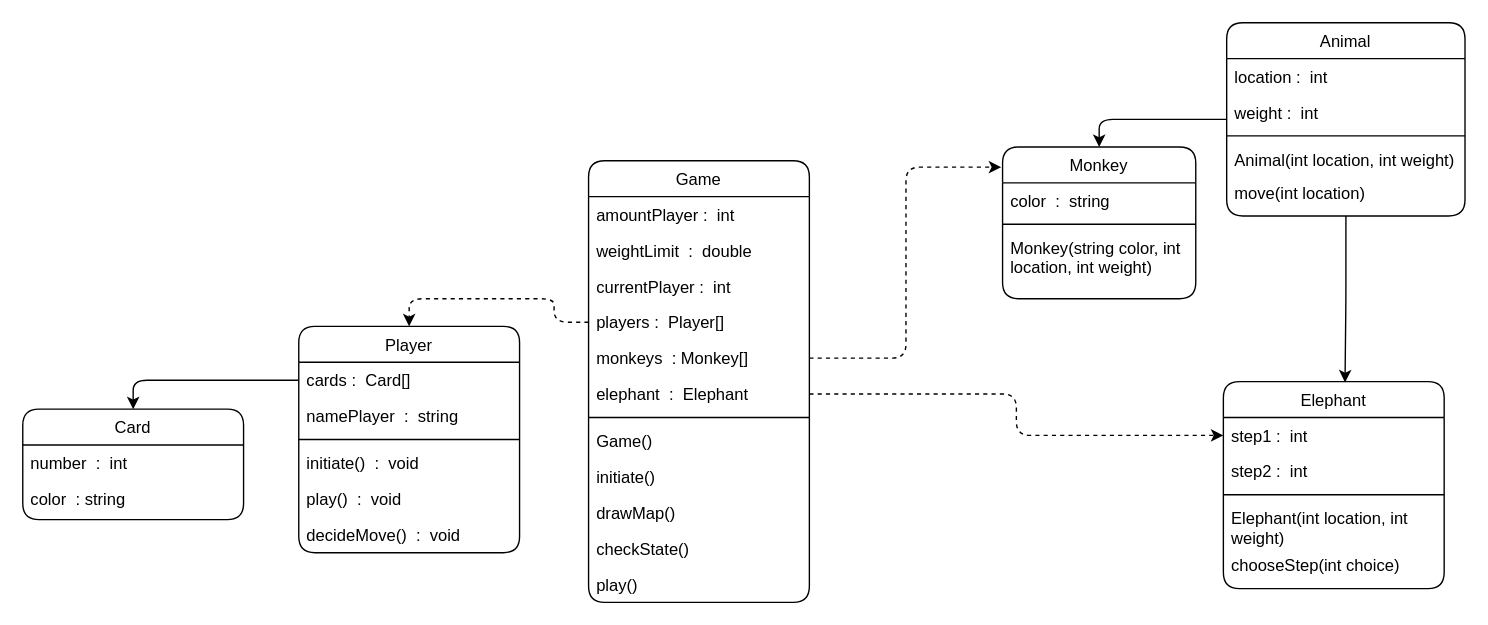
minWang916/Zahlenbande keeps this draw.io diagram as Zahlenbande Class Diagram.drawio. Above is the earlier version. Source tidied: cells renumbered, new cells numbered last; positions are measured from the earlier drawing's top-left corner, leaving out a move shared by most shapes. Both pictures are drawn from the tidied source at 138%, with x=0, y=0 at pixel (22, 22).
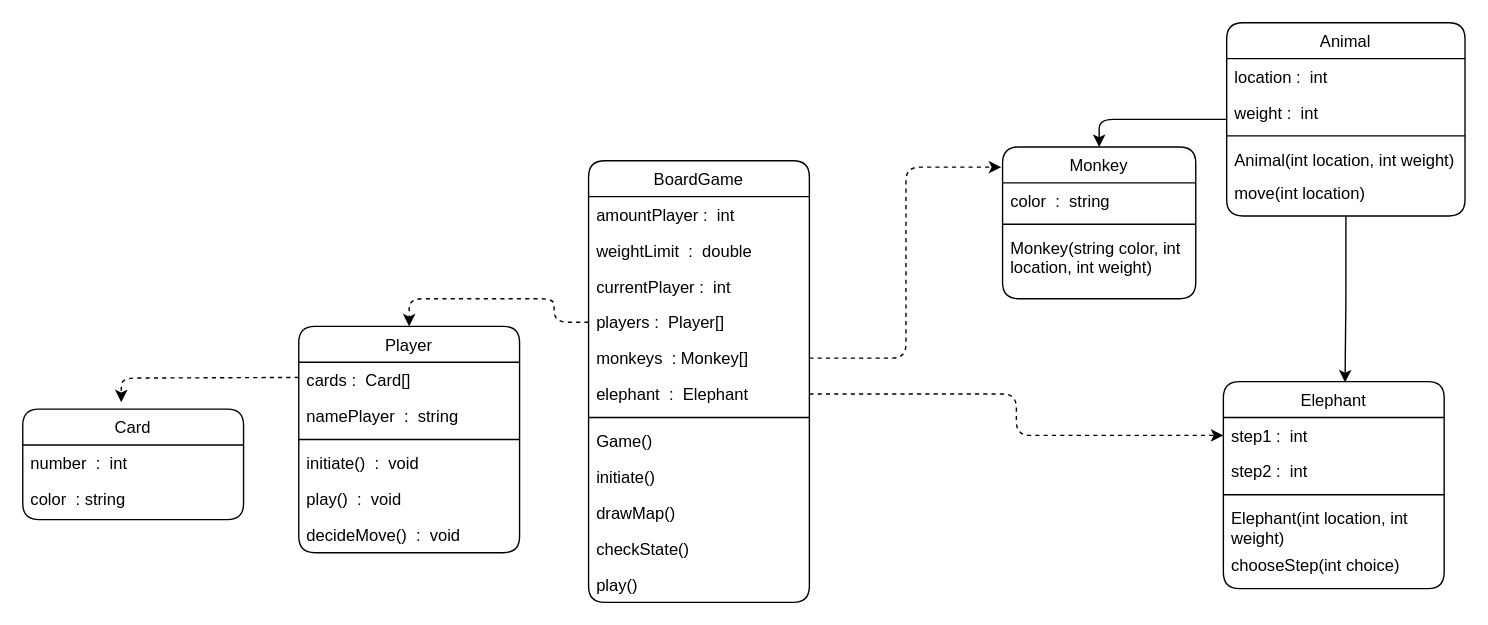
Above is the later version.

Unchanged cells that the change refers to:
```xml
<mxCell id="32" value="Card" style="swimlane;fontStyle=0;align=center;verticalAlign=top;horizontal=1;startSize=26;rounded=1;shadow=0;strokeWidth=1;labelBackgroundColor=none;" parent="1" vertex="1">
  <mxGeometry y="280" width="160" height="80" as="geometry" />
</mxCell>
<mxCell id="36" value="cards :  Card[]" style="text;align=left;verticalAlign=top;spacingLeft=4;spacingRight=4;overflow=hidden;points=[[0,0.5],[1,0.5]];portConstraint=eastwest;rounded=1;labelBackgroundColor=none;" parent="35" vertex="1">
  <mxGeometry y="26" width="160" height="26" as="geometry" />
</mxCell>
```

Diff of the diagram source:
```diff
@@
-    <mxCell id="19" value="Game" style="swimlane;fontStyle=0;align=center;verticalAlign=top;horizontal=1;startSize=26;rounded=1;shadow=0;strokeWidth=1;labelBackgroundColor=none;" parent="1" vertex="1">
+    <mxCell id="19" value="BoardGame" style="swimlane;fontStyle=0;align=center;verticalAlign=top;horizontal=1;startSize=26;rounded=1;shadow=0;strokeWidth=1;labelBackgroundColor=none;" parent="1" vertex="1">
       <mxGeometry x="410" y="100" width="160" height="320" as="geometry" />
     </mxCell>
@@
-    <mxCell id="42" style="edgeStyle=orthogonalEdgeStyle;rounded=1;jettySize=auto;html=1;entryX=0.5;entryY=0;entryDx=0;entryDy=0;labelBackgroundColor=none;fontColor=default;" parent="1" edge="1" source="36" target="32">
-      <mxGeometry relative="1" as="geometry" />
-    </mxCell>
@@
+    <mxCell id="47" style="edgeStyle=orthogonalEdgeStyle;rounded=1;jettySize=auto;html=1;entryX=0.446;entryY=-0.063;entryDx=0;entryDy=0;dashed=1;labelBackgroundColor=none;fontColor=default;entryPerimeter=0;" parent="1" edge="1" target="32">
+      <mxGeometry relative="1" as="geometry">
+        <mxPoint x="200" y="257" as="sourcePoint" />
+      </mxGeometry>
+    </mxCell>
```
